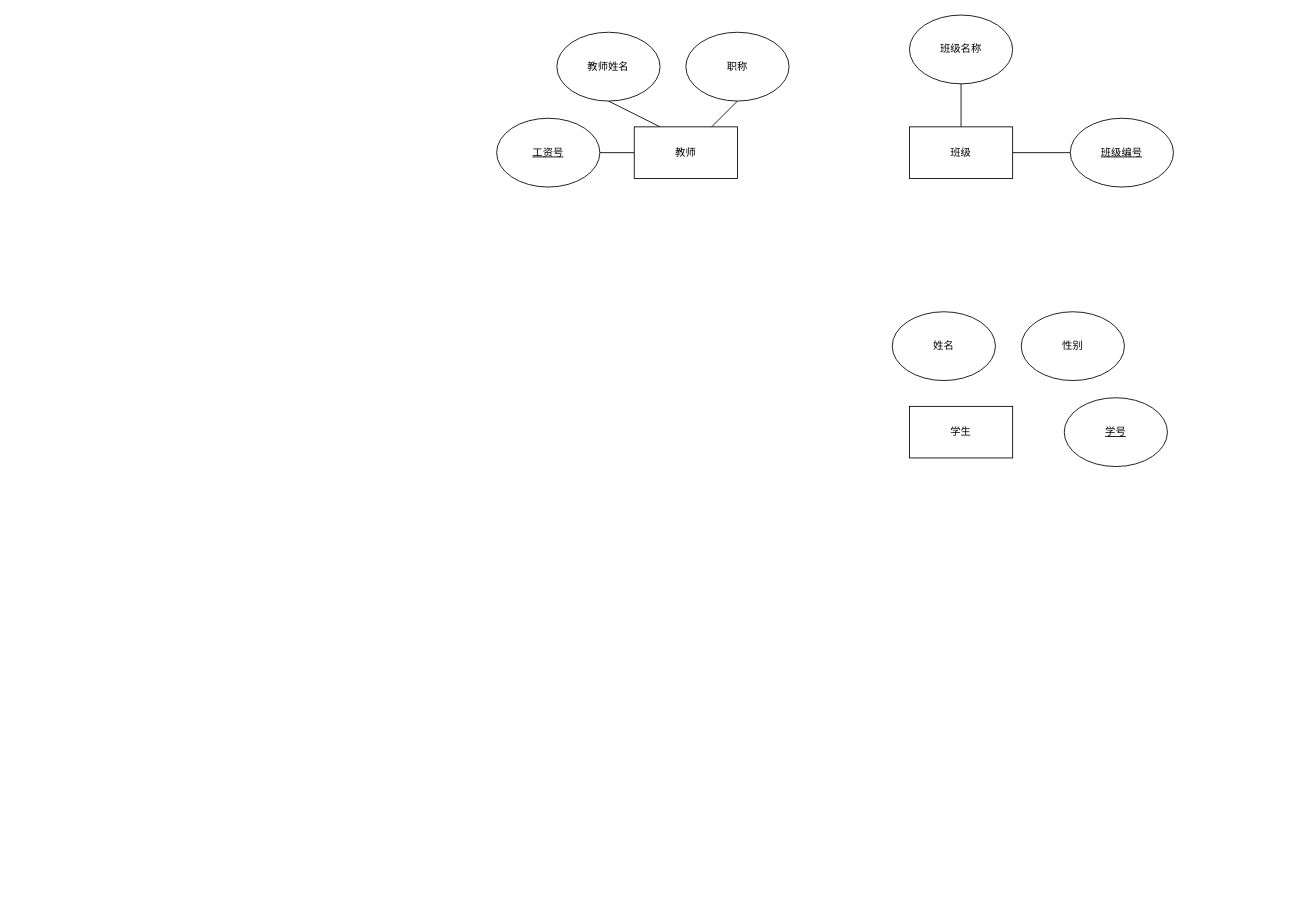
This is 成绩管理系统.drawio from Thesis7/review--master, a draw.io file, before an edit. Source tidied: cells renumbered, new cells numbered last; positions are measured from the earlier drawing's top-left corner, leaving out a move shared by most shapes. Both pictures are drawn from the tidied source at 86%, with x=0, y=0 at pixel (496, 15).
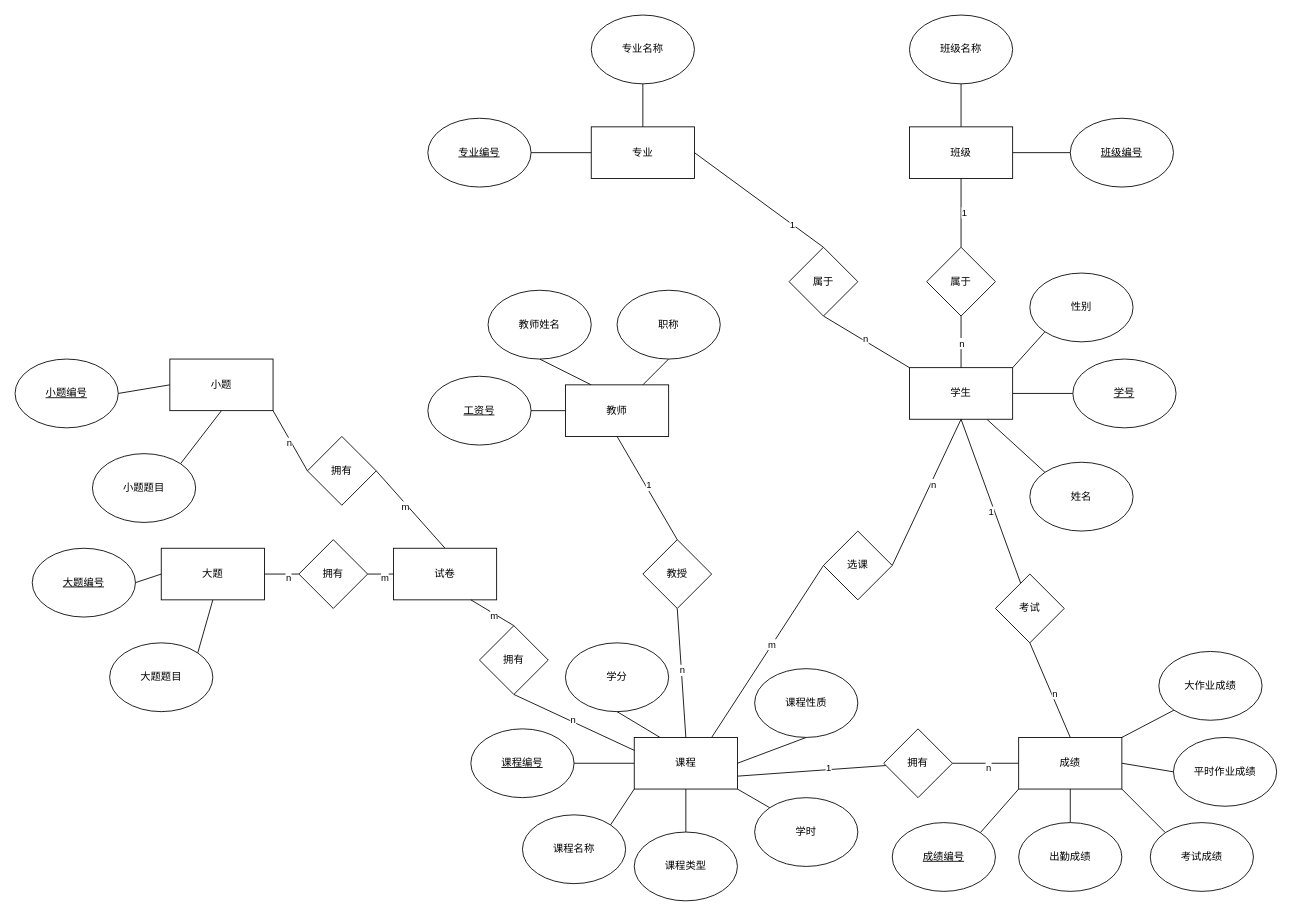
Above is the later version.

Commit message (it also covers changes not shown here):
更新成绩管理系统.drawio

The change refers to these unchanged cells:
```xml
<mxCell id="15" value="班级" style="rounded=0;whiteSpace=wrap;html=1;" parent="1" vertex="1">
  <mxGeometry x="480" y="130" width="120" height="60" as="geometry" />
</mxCell>
```

Change to the diagram source:
```diff
@@
+    <mxCell id="18" style="rounded=0;jettySize=auto;html=1;exitX=0.5;exitY=1;exitDx=0;exitDy=0;entryX=0.5;entryY=0;entryDx=0;entryDy=0;endArrow=none;startFill=0;" parent="1" edge="1" source="5" target="59">
+      <mxGeometry relative="1" as="geometry" />
+    </mxCell>
+    <mxCell id="19" value="1" style="edgeLabel;html=1;align=center;verticalAlign=middle;" parent="18" vertex="1">
+      <mxGeometry x="-0.04" y="3" relative="1" as="geometry" />
+    </mxCell>
     <mxCell id="5" value="教师" style="rounded=0;whiteSpace=wrap;html=1;" parent="1" vertex="1">
-      <mxGeometry x="160" y="130" width="120" height="60" as="geometry" />
+      <mxGeometry x="80" y="430" width="120" height="60" as="geometry" />
     </mxCell>
     <mxCell id="6" value="工资号" style="ellipse;whiteSpace=wrap;html=1;fontStyle=4;" parent="1" vertex="1">
-      <mxGeometry y="120" width="120" height="80" as="geometry" />
+      <mxGeometry x="-80" y="420" width="120" height="80" as="geometry" />
     </mxCell>
     <mxCell id="7" value="教师姓名" style="ellipse;whiteSpace=wrap;html=1;" parent="1" vertex="1">
-      <mxGeometry x="70" y="20" width="120" height="80" as="geometry" />
+      <mxGeometry x="-10" y="320" width="120" height="80" as="geometry" />
     </mxCell>
     <mxCell id="8" value="职称" style="ellipse;whiteSpace=wrap;html=1;" parent="1" vertex="1">
-      <mxGeometry x="220" y="20" width="120" height="80" as="geometry" />
+      <mxGeometry x="140" y="320" width="120" height="80" as="geometry" />
     </mxCell>
+    <mxCell id="20" style="rounded=0;jettySize=auto;html=1;exitX=1;exitY=0;exitDx=0;exitDy=0;entryX=0;entryY=1;entryDx=0;entryDy=0;endArrow=none;startFill=0;" parent="1" edge="1" source="9" target="12">
+      <mxGeometry relative="1" as="geometry" />
+    </mxCell>
+    <mxCell id="21" style="rounded=0;jettySize=auto;html=1;exitX=1;exitY=0.5;exitDx=0;exitDy=0;entryX=0;entryY=0.5;entryDx=0;entryDy=0;endArrow=none;startFill=0;" parent="1" edge="1" source="9" target="10">
+      <mxGeometry relative="1" as="geometry" />
+    </mxCell>
+    <mxCell id="22" style="rounded=0;jettySize=auto;html=1;exitX=0.75;exitY=1;exitDx=0;exitDy=0;entryX=0;entryY=0;entryDx=0;entryDy=0;endArrow=none;startFill=0;" parent="1" edge="1" source="9" target="11">
+      <mxGeometry relative="1" as="geometry" />
+    </mxCell>
+    <mxCell id="23" style="rounded=0;jettySize=auto;html=1;exitX=0.5;exitY=1;exitDx=0;exitDy=0;endArrow=none;startFill=0;" parent="1" edge="1" source="9" target="71">
+      <mxGeometry relative="1" as="geometry" />
+    </mxCell>
+    <mxCell id="24" value="1" style="edgeLabel;html=1;align=center;verticalAlign=middle;" parent="23" vertex="1">
+      <mxGeometry x="0.11" y="-4" relative="1" as="geometry" />
+    </mxCell>
     <mxCell id="9" value="学生" style="rounded=0;whiteSpace=wrap;html=1;" parent="1" vertex="1">
-      <mxGeometry x="480" y="455" width="120" height="60" as="geometry" />
+      <mxGeometry x="480" y="410" width="120" height="60" as="geometry" />
     </mxCell>
     <mxCell id="10" value="学号" style="ellipse;whiteSpace=wrap;html=1;fontStyle=4;" parent="1" vertex="1">
-      <mxGeometry x="660" y="445" width="120" height="80" as="geometry" />
+      <mxGeometry x="670" y="400" width="120" height="80" as="geometry" />
     </mxCell>
     <mxCell id="11" value="姓名" style="ellipse;whiteSpace=wrap;html=1;" parent="1" vertex="1">
-      <mxGeometry x="460" y="345" width="120" height="80" as="geometry" />
+      <mxGeometry x="620" y="520" width="120" height="80" as="geometry" />
     </mxCell>
     <mxCell id="12" value="性别" style="ellipse;whiteSpace=wrap;html=1;" parent="1" vertex="1">
-      <mxGeometry x="610" y="345" width="120" height="80" as="geometry" />
+      <mxGeometry x="620" y="300" width="120" height="80" as="geometry" />
     </mxCell>
@@
+    <mxCell id="25" style="edgeStyle=orthogonalEdgeStyle;rounded=0;jettySize=auto;html=1;exitX=0.5;exitY=0;exitDx=0;exitDy=0;entryX=0.5;entryY=1;entryDx=0;entryDy=0;endArrow=none;startFill=0;" parent="1" edge="1" source="27" target="29">
+      <mxGeometry relative="1" as="geometry" />
+    </mxCell>
+    <mxCell id="26" style="edgeStyle=orthogonalEdgeStyle;rounded=0;jettySize=auto;html=1;exitX=0;exitY=0.5;exitDx=0;exitDy=0;entryX=1;entryY=0.5;entryDx=0;entryDy=0;endArrow=none;startFill=0;" parent="1" edge="1" source="27" target="28">
+      <mxGeometry relative="1" as="geometry" />
+    </mxCell>
+    <mxCell id="27" value="专业" style="rounded=0;whiteSpace=wrap;html=1;" parent="1" vertex="1">
+      <mxGeometry x="110" y="130" width="120" height="60" as="geometry" />
+    </mxCell>
+    <mxCell id="28" value="专业编号" style="ellipse;whiteSpace=wrap;html=1;fontStyle=4;" parent="1" vertex="1">
+      <mxGeometry x="-80" y="120" width="120" height="80" as="geometry" />
+    </mxCell>
+    <mxCell id="29" value="专业名称" style="ellipse;whiteSpace=wrap;html=1;" parent="1" vertex="1">
+      <mxGeometry x="110" width="120" height="80" as="geometry" />
+    </mxCell>
+    <mxCell id="30" style="edgeStyle=orthogonalEdgeStyle;rounded=0;jettySize=auto;html=1;exitX=0.5;exitY=0;exitDx=0;exitDy=0;entryX=0.5;entryY=1;entryDx=0;entryDy=0;endArrow=none;startFill=0;" parent="1" edge="1" source="32" target="15">
+      <mxGeometry relative="1" as="geometry" />
+    </mxCell>
+    <mxCell id="31" value="1" style="edgeLabel;html=1;align=center;verticalAlign=middle;" parent="30" vertex="1">
+      <mxGeometry x="0.02" y="-3" relative="1" as="geometry" />
+    </mxCell>
+    <mxCell id="32" value="属于" style="rhombus;whiteSpace=wrap;html=1;" parent="1" vertex="1">
+      <mxGeometry x="500" y="270" width="80" height="80" as="geometry" />
+    </mxCell>
+    <mxCell id="33" style="edgeStyle=orthogonalEdgeStyle;rounded=0;jettySize=auto;html=1;exitX=0.5;exitY=0;exitDx=0;exitDy=0;entryX=0.5;entryY=1;entryDx=0;entryDy=0;endArrow=none;startFill=0;" parent="1" edge="1" source="9" target="32">
+      <mxGeometry relative="1" as="geometry" />
+    </mxCell>
+    <mxCell id="34" value="n" style="edgeLabel;html=1;align=center;verticalAlign=middle;" parent="33" vertex="1">
+      <mxGeometry x="-0.04" relative="1" as="geometry" />
+    </mxCell>
+    <mxCell id="35" style="rounded=0;jettySize=auto;html=1;exitX=0.5;exitY=1;exitDx=0;exitDy=0;entryX=0;entryY=0;entryDx=0;entryDy=0;endArrow=none;startFill=0;" parent="1" edge="1" source="39" target="9">
+      <mxGeometry relative="1" as="geometry" />
+    </mxCell>
+    <mxCell id="36" value="n" style="edgeLabel;html=1;align=center;verticalAlign=middle;" parent="35" vertex="1">
+      <mxGeometry x="-0.06" y="2" relative="1" as="geometry" />
+    </mxCell>
+    <mxCell id="37" style="rounded=0;jettySize=auto;html=1;exitX=0.5;exitY=0;exitDx=0;exitDy=0;entryX=1;entryY=0.5;entryDx=0;entryDy=0;endArrow=none;startFill=0;" parent="1" edge="1" source="39" target="27">
+      <mxGeometry relative="1" as="geometry" />
+    </mxCell>
+    <mxCell id="38" value="1" style="edgeLabel;html=1;align=center;verticalAlign=middle;" parent="37" vertex="1">
+      <mxGeometry x="-0.52" relative="1" as="geometry" />
+    </mxCell>
+    <mxCell id="39" value="属于" style="rhombus;whiteSpace=wrap;html=1;" parent="1" vertex="1">
+      <mxGeometry x="340" y="270" width="80" height="80" as="geometry" />
+    </mxCell>
+    <mxCell id="40" style="rounded=0;jettySize=auto;html=1;exitX=0.5;exitY=1;exitDx=0;exitDy=0;entryX=0.5;entryY=0;entryDx=0;entryDy=0;endArrow=none;startFill=0;" parent="1" edge="1" source="50" target="53">
+      <mxGeometry relative="1" as="geometry" />
+    </mxCell>
+    <mxCell id="41" style="rounded=0;jettySize=auto;html=1;exitX=1;exitY=1;exitDx=0;exitDy=0;entryX=0;entryY=0;entryDx=0;entryDy=0;endArrow=none;startFill=0;" parent="1" edge="1" source="50" target="54">
+      <mxGeometry relative="1" as="geometry" />
+    </mxCell>
+    <mxCell id="42" style="rounded=0;jettySize=auto;html=1;exitX=0.25;exitY=0;exitDx=0;exitDy=0;entryX=0.5;entryY=1;entryDx=0;entryDy=0;endArrow=none;startFill=0;" parent="1" edge="1" source="50" target="55">
+      <mxGeometry relative="1" as="geometry" />
+    </mxCell>
+    <mxCell id="43" style="rounded=0;jettySize=auto;html=1;exitX=0;exitY=0.5;exitDx=0;exitDy=0;entryX=1;entryY=0.5;entryDx=0;entryDy=0;endArrow=none;startFill=0;" parent="1" edge="1" source="50" target="51">
+      <mxGeometry relative="1" as="geometry" />
+    </mxCell>
+    <mxCell id="44" style="rounded=0;jettySize=auto;html=1;exitX=0;exitY=1;exitDx=0;exitDy=0;entryX=1;entryY=0;entryDx=0;entryDy=0;endArrow=none;startFill=0;" parent="1" edge="1" source="50" target="52">
+      <mxGeometry relative="1" as="geometry" />
+    </mxCell>
+    <mxCell id="45" style="rounded=0;jettySize=auto;html=1;exitX=1;exitY=0.5;exitDx=0;exitDy=0;entryX=0.5;entryY=1;entryDx=0;entryDy=0;endArrow=none;startFill=0;" parent="1" edge="1" source="50" target="56">
+      <mxGeometry relative="1" as="geometry" />
+    </mxCell>
+    <mxCell id="46" style="rounded=0;jettySize=auto;html=1;exitX=0.75;exitY=0;exitDx=0;exitDy=0;entryX=0;entryY=0.5;entryDx=0;entryDy=0;endArrow=none;startFill=0;" parent="1" edge="1" source="50" target="62">
+      <mxGeometry relative="1" as="geometry" />
+    </mxCell>
+    <mxCell id="47" value="m" style="edgeLabel;html=1;align=center;verticalAlign=middle;" parent="46" vertex="1">
+      <mxGeometry x="0.08" y="1" relative="1" as="geometry" />
+    </mxCell>
+    <mxCell id="48" style="rounded=0;jettySize=auto;html=1;exitX=1;exitY=0.75;exitDx=0;exitDy=0;endArrow=none;startFill=0;" parent="1" edge="1" source="50" target="74">
+      <mxGeometry relative="1" as="geometry" />
+    </mxCell>
+    <mxCell id="49" value="1" style="edgeLabel;html=1;align=center;verticalAlign=middle;" parent="48" vertex="1">
+      <mxGeometry x="0.22" y="3" relative="1" as="geometry" />
+    </mxCell>
+    <mxCell id="50" value="课程" style="rounded=0;whiteSpace=wrap;html=1;" parent="1" vertex="1">
+      <mxGeometry x="160" y="840" width="120" height="60" as="geometry" />
+    </mxCell>
+    <mxCell id="51" value="课程编号" style="ellipse;whiteSpace=wrap;html=1;fontStyle=4;" parent="1" vertex="1">
+      <mxGeometry x="-30" y="830" width="120" height="80" as="geometry" />
+    </mxCell>
+    <mxCell id="52" value="课程名称" style="ellipse;whiteSpace=wrap;html=1;fontStyle=0;" parent="1" vertex="1">
+      <mxGeometry x="30" y="930" width="120" height="80" as="geometry" />
+    </mxCell>
+    <mxCell id="53" value="课程类型" style="ellipse;whiteSpace=wrap;html=1;fontStyle=0;" parent="1" vertex="1">
+      <mxGeometry x="160" y="950" width="120" height="80" as="geometry" />
+    </mxCell>
+    <mxCell id="54" value="学时" style="ellipse;whiteSpace=wrap;html=1;fontStyle=0;" parent="1" vertex="1">
+      <mxGeometry x="300" y="910" width="120" height="80" as="geometry" />
+    </mxCell>
+    <mxCell id="55" value="学分" style="ellipse;whiteSpace=wrap;html=1;fontStyle=0;" parent="1" vertex="1">
+      <mxGeometry x="80" y="730" width="120" height="80" as="geometry" />
+    </mxCell>
+    <mxCell id="56" value="课程性质" style="ellipse;whiteSpace=wrap;html=1;fontStyle=0;" parent="1" vertex="1">
+      <mxGeometry x="300" y="760" width="120" height="80" as="geometry" />
+    </mxCell>
+    <mxCell id="57" style="rounded=0;jettySize=auto;html=1;exitX=0.5;exitY=1;exitDx=0;exitDy=0;entryX=0.5;entryY=0;entryDx=0;entryDy=0;endArrow=none;startFill=0;" parent="1" edge="1" source="59" target="50">
+      <mxGeometry relative="1" as="geometry" />
+    </mxCell>
+    <mxCell id="58" value="n" style="edgeLabel;html=1;align=center;verticalAlign=middle;" parent="57" vertex="1">
+      <mxGeometry x="-0.04" y="1" relative="1" as="geometry" />
+    </mxCell>
+    <mxCell id="59" value="教授" style="rhombus;whiteSpace=wrap;html=1;" parent="1" vertex="1">
+      <mxGeometry x="170" y="610" width="80" height="80" as="geometry" />
+    </mxCell>
+    <mxCell id="60" style="rounded=0;jettySize=auto;html=1;exitX=1;exitY=0.5;exitDx=0;exitDy=0;entryX=0.5;entryY=1;entryDx=0;entryDy=0;endArrow=none;startFill=0;" parent="1" edge="1" source="62" target="9">
+      <mxGeometry relative="1" as="geometry" />
+    </mxCell>
+    <mxCell id="61" value="n" style="edgeLabel;html=1;align=center;verticalAlign=middle;" parent="60" vertex="1">
+      <mxGeometry x="0.13" y="-3" relative="1" as="geometry" />
+    </mxCell>
+    <mxCell id="62" value="选课" style="rhombus;whiteSpace=wrap;html=1;" parent="1" vertex="1">
+      <mxGeometry x="380" y="600" width="80" height="80" as="geometry" />
+    </mxCell>
+    <mxCell id="63" style="rounded=0;jettySize=auto;html=1;exitX=0;exitY=1;exitDx=0;exitDy=0;entryX=1;entryY=0;entryDx=0;entryDy=0;endArrow=none;startFill=0;" parent="1" edge="1" source="68" target="75">
+      <mxGeometry relative="1" as="geometry" />
+    </mxCell>
+    <mxCell id="64" style="rounded=0;jettySize=auto;html=1;exitX=0.5;exitY=1;exitDx=0;exitDy=0;endArrow=none;startFill=0;" parent="1" edge="1" source="68" target="76">
+      <mxGeometry relative="1" as="geometry" />
+    </mxCell>
+    <mxCell id="65" style="rounded=0;jettySize=auto;html=1;exitX=1;exitY=1;exitDx=0;exitDy=0;entryX=0;entryY=0;entryDx=0;entryDy=0;endArrow=none;startFill=0;" parent="1" edge="1" source="68" target="79">
+      <mxGeometry relative="1" as="geometry" />
+    </mxCell>
+    <mxCell id="66" style="rounded=0;jettySize=auto;html=1;exitX=1;exitY=0.5;exitDx=0;exitDy=0;entryX=0;entryY=0.5;entryDx=0;entryDy=0;endArrow=none;startFill=0;" parent="1" edge="1" source="68" target="77">
+      <mxGeometry relative="1" as="geometry" />
+    </mxCell>
+    <mxCell id="67" style="rounded=0;jettySize=auto;html=1;exitX=1;exitY=0;exitDx=0;exitDy=0;entryX=0;entryY=1;entryDx=0;entryDy=0;endArrow=none;startFill=0;" parent="1" edge="1" source="68" target="78">
+      <mxGeometry relative="1" as="geometry" />
+    </mxCell>
+    <mxCell id="68" value="成绩" style="rounded=0;whiteSpace=wrap;html=1;" parent="1" vertex="1">
+      <mxGeometry x="607" y="840" width="120" height="60" as="geometry" />
+    </mxCell>
+    <mxCell id="69" style="rounded=0;jettySize=auto;html=1;exitX=0.5;exitY=1;exitDx=0;exitDy=0;entryX=0.5;entryY=0;entryDx=0;entryDy=0;endArrow=none;startFill=0;" parent="1" edge="1" source="71" target="68">
+      <mxGeometry relative="1" as="geometry" />
+    </mxCell>
+    <mxCell id="70" value="n" style="edgeLabel;html=1;align=center;verticalAlign=middle;" parent="69" vertex="1">
+      <mxGeometry x="0.09" y="2" relative="1" as="geometry">
+        <mxPoint x="1" as="offset" />
+      </mxGeometry>
+    </mxCell>
+    <mxCell id="71" value="考试" style="rhombus;whiteSpace=wrap;html=1;" parent="1" vertex="1">
+      <mxGeometry x="580" y="650" width="80" height="80" as="geometry" />
+    </mxCell>
+    <mxCell id="72" style="rounded=0;jettySize=auto;html=1;exitX=1;exitY=0.5;exitDx=0;exitDy=0;entryX=0;entryY=0.5;entryDx=0;entryDy=0;endArrow=none;startFill=0;" parent="1" edge="1" source="74" target="68">
+      <mxGeometry relative="1" as="geometry" />
+    </mxCell>
+    <mxCell id="73" value="n" style="edgeLabel;html=1;align=center;verticalAlign=middle;" parent="72" vertex="1">
+      <mxGeometry x="0.07" y="-4" relative="1" as="geometry" />
+    </mxCell>
+    <mxCell id="74" value="拥有" style="rhombus;whiteSpace=wrap;html=1;" parent="1" vertex="1">
+      <mxGeometry x="450" y="830" width="80" height="80" as="geometry" />
+    </mxCell>
+    <mxCell id="75" value="成绩编号" style="ellipse;whiteSpace=wrap;html=1;fontStyle=4;" parent="1" vertex="1">
+      <mxGeometry x="460" y="939" width="120" height="80" as="geometry" />
+    </mxCell>
+    <mxCell id="76" value="出勤成绩" style="ellipse;whiteSpace=wrap;html=1;fontStyle=0;" parent="1" vertex="1">
+      <mxGeometry x="607" y="939" width="120" height="80" as="geometry" />
+    </mxCell>
+    <mxCell id="77" value="平时作业成绩" style="ellipse;whiteSpace=wrap;html=1;fontStyle=0;" parent="1" vertex="1">
+      <mxGeometry x="787" y="840" width="120" height="80" as="geometry" />
+    </mxCell>
+    <mxCell id="78" value="大作业成绩" style="ellipse;whiteSpace=wrap;html=1;fontStyle=0;" parent="1" vertex="1">
+      <mxGeometry x="770" y="740" width="120" height="80" as="geometry" />
+    </mxCell>
+    <mxCell id="79" value="考试成绩" style="ellipse;whiteSpace=wrap;html=1;fontStyle=0;" parent="1" vertex="1">
+      <mxGeometry x="760" y="939" width="120" height="80" as="geometry" />
+    </mxCell>
+    <mxCell id="80" style="rounded=0;jettySize=auto;html=1;exitX=0.5;exitY=0;exitDx=0;exitDy=0;entryX=1;entryY=0.5;entryDx=0;entryDy=0;endArrow=none;startFill=0;" parent="1" edge="1" source="82" target="105">
+      <mxGeometry relative="1" as="geometry" />
+    </mxCell>
+    <mxCell id="81" value="m" style="edgeLabel;html=1;align=center;verticalAlign=middle;" parent="80" vertex="1">
+      <mxGeometry x="0.12" y="2" relative="1" as="geometry" />
+    </mxCell>
+    <mxCell id="82" value="试卷" style="rounded=0;whiteSpace=wrap;html=1;" parent="1" vertex="1">
+      <mxGeometry x="-120" y="620" width="120" height="60" as="geometry" />
+    </mxCell>
+    <mxCell id="83" value="大题编号" style="ellipse;whiteSpace=wrap;html=1;fontStyle=4;" parent="1" vertex="1">
+      <mxGeometry x="-540" y="620" width="120" height="80" as="geometry" />
+    </mxCell>
+    <mxCell id="84" style="rounded=0;jettySize=auto;html=1;exitX=0;exitY=0.5;exitDx=0;exitDy=0;entryX=1;entryY=0.5;entryDx=0;entryDy=0;endArrow=none;startFill=0;" parent="1" edge="1" source="88" target="83">
+      <mxGeometry relative="1" as="geometry" />
+    </mxCell>
+    <mxCell id="85" style="rounded=0;jettySize=auto;html=1;exitX=0.5;exitY=1;exitDx=0;exitDy=0;entryX=1;entryY=0;entryDx=0;entryDy=0;endArrow=none;startFill=0;" parent="1" edge="1" source="88" target="89">
+      <mxGeometry relative="1" as="geometry" />
+    </mxCell>
+    <mxCell id="86" style="rounded=0;jettySize=auto;html=1;exitX=1;exitY=0.5;exitDx=0;exitDy=0;entryX=0;entryY=0.5;entryDx=0;entryDy=0;endArrow=none;startFill=0;" parent="1" edge="1" source="88" target="102">
+      <mxGeometry relative="1" as="geometry" />
+    </mxCell>
+    <mxCell id="87" value="n" style="edgeLabel;html=1;align=center;verticalAlign=middle;" parent="86" vertex="1">
+      <mxGeometry x="0.36" y="-3" relative="1" as="geometry" />
+    </mxCell>
+    <mxCell id="88" value="大题" style="rounded=0;whiteSpace=wrap;html=1;" parent="1" vertex="1">
+      <mxGeometry x="-390" y="620" width="120" height="60" as="geometry" />
+    </mxCell>
+    <mxCell id="89" value="大题题目" style="ellipse;whiteSpace=wrap;html=1;fontStyle=0;" parent="1" vertex="1">
+      <mxGeometry x="-450" y="730" width="120" height="80" as="geometry" />
+    </mxCell>
+    <mxCell id="90" style="rounded=0;jettySize=auto;html=1;exitX=0.5;exitY=1;exitDx=0;exitDy=0;entryX=0;entryY=0.25;entryDx=0;entryDy=0;endArrow=none;startFill=0;" parent="1" edge="1" source="94" target="50">
+      <mxGeometry relative="1" as="geometry" />
+    </mxCell>
+    <mxCell id="91" value="n" style="edgeLabel;html=1;align=center;verticalAlign=middle;" parent="90" vertex="1">
+      <mxGeometry x="-0.03" y="2" relative="1" as="geometry" />
+    </mxCell>
+    <mxCell id="92" style="rounded=0;jettySize=auto;html=1;exitX=0.5;exitY=0;exitDx=0;exitDy=0;entryX=0.75;entryY=1;entryDx=0;entryDy=0;endArrow=none;startFill=0;" parent="1" edge="1" source="94" target="82">
+      <mxGeometry relative="1" as="geometry" />
+    </mxCell>
+    <mxCell id="93" value="m" style="edgeLabel;html=1;align=center;verticalAlign=middle;" parent="92" vertex="1">
+      <mxGeometry x="-0.13" y="2" relative="1" as="geometry">
+        <mxPoint x="-1" as="offset" />
+      </mxGeometry>
+    </mxCell>
+    <mxCell id="94" value="拥有" style="rhombus;whiteSpace=wrap;html=1;" parent="1" vertex="1">
+      <mxGeometry x="-20" y="710" width="80" height="80" as="geometry" />
+    </mxCell>
+    <mxCell id="95" value="小题编号" style="ellipse;whiteSpace=wrap;html=1;fontStyle=4;" parent="1" vertex="1">
+      <mxGeometry x="-560" y="400" width="120" height="80" as="geometry" />
+    </mxCell>
+    <mxCell id="96" style="rounded=0;jettySize=auto;html=1;exitX=0;exitY=0.5;exitDx=0;exitDy=0;entryX=1;entryY=0.5;entryDx=0;entryDy=0;endArrow=none;startFill=0;" parent="1" edge="1" source="98" target="95">
+      <mxGeometry relative="1" as="geometry" />
+    </mxCell>
+    <mxCell id="97" style="rounded=0;jettySize=auto;html=1;exitX=0.5;exitY=1;exitDx=0;exitDy=0;entryX=1;entryY=0;entryDx=0;entryDy=0;endArrow=none;startFill=0;" parent="1" edge="1" source="98" target="99">
+      <mxGeometry relative="1" as="geometry" />
+    </mxCell>
+    <mxCell id="98" value="小题" style="rounded=0;whiteSpace=wrap;html=1;" parent="1" vertex="1">
+      <mxGeometry x="-380" y="400" width="120" height="60" as="geometry" />
+    </mxCell>
+    <mxCell id="99" value="小题题目" style="ellipse;whiteSpace=wrap;html=1;fontStyle=0;" parent="1" vertex="1">
+      <mxGeometry x="-470" y="510" width="120" height="80" as="geometry" />
+    </mxCell>
+    <mxCell id="100" style="rounded=0;jettySize=auto;html=1;exitX=1;exitY=0.5;exitDx=0;exitDy=0;entryX=0;entryY=0.5;entryDx=0;entryDy=0;endArrow=none;startFill=0;" parent="1" edge="1" source="102" target="82">
+      <mxGeometry relative="1" as="geometry" />
+    </mxCell>
+    <mxCell id="101" value="m" style="edgeLabel;html=1;align=center;verticalAlign=middle;" parent="100" vertex="1">
+      <mxGeometry x="0.27" y="-4" relative="1" as="geometry" />
+    </mxCell>
+    <mxCell id="102" value="拥有" style="rhombus;whiteSpace=wrap;html=1;" parent="1" vertex="1">
+      <mxGeometry x="-230" y="610" width="80" height="80" as="geometry" />
+    </mxCell>
+    <mxCell id="103" style="rounded=0;jettySize=auto;html=1;exitX=0;exitY=0.5;exitDx=0;exitDy=0;entryX=1;entryY=1;entryDx=0;entryDy=0;endArrow=none;startFill=0;" parent="1" edge="1" source="105" target="98">
+      <mxGeometry relative="1" as="geometry" />
+    </mxCell>
+    <mxCell id="104" value="n" style="edgeLabel;html=1;align=center;verticalAlign=middle;" parent="103" vertex="1">
+      <mxGeometry x="-0.04" y="3" relative="1" as="geometry" />
+    </mxCell>
+    <mxCell id="105" value="拥有" style="rhombus;whiteSpace=wrap;html=1;" parent="1" vertex="1">
+      <mxGeometry x="-220" y="490" width="80" height="80" as="geometry" />
+    </mxCell>
```
